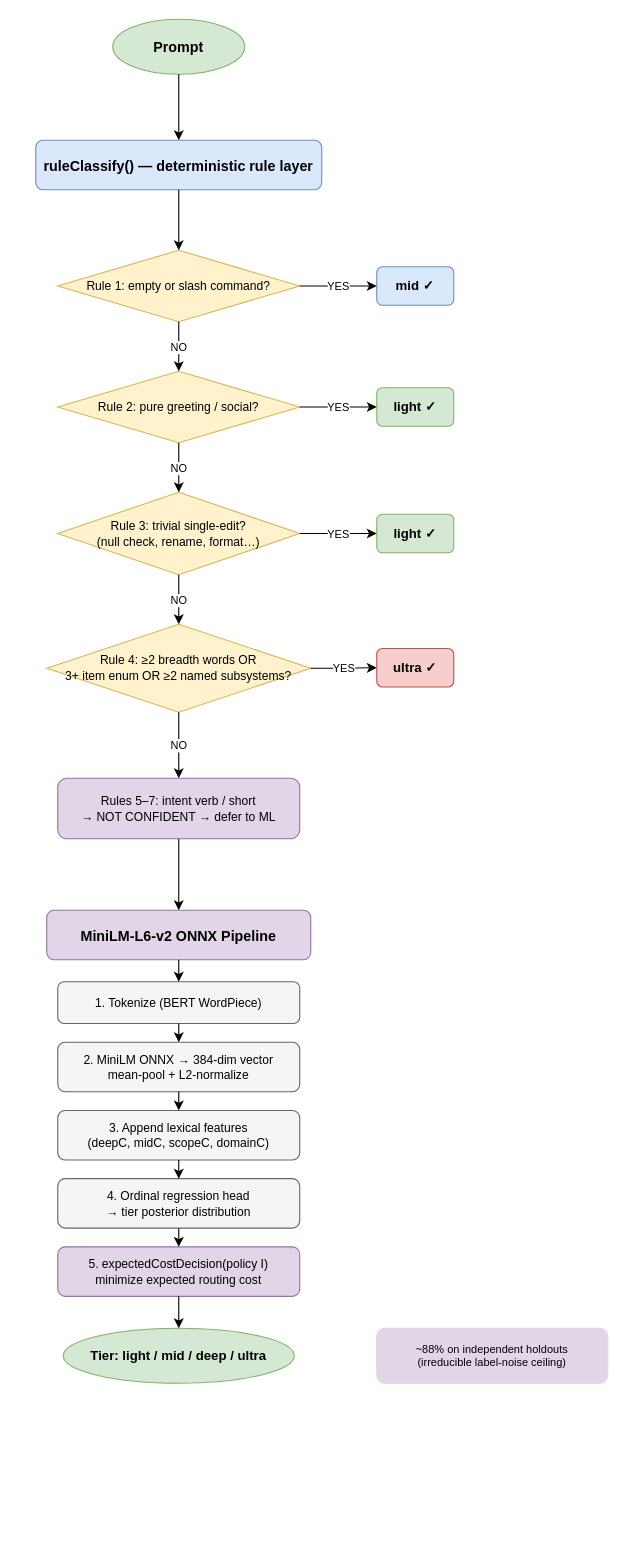
Earlier version of the draw.io diagram docs/diagrams/ml-engine.drawio (atesibrahim/calibra). Source tidied: cells renumbered, new cells numbered last; positions are measured from the earlier drawing's top-left corner, leaving out a move shared by most shapes. Both pictures are drawn from the tidied source at 110%, with x=0, y=0 at pixel (35, 19).
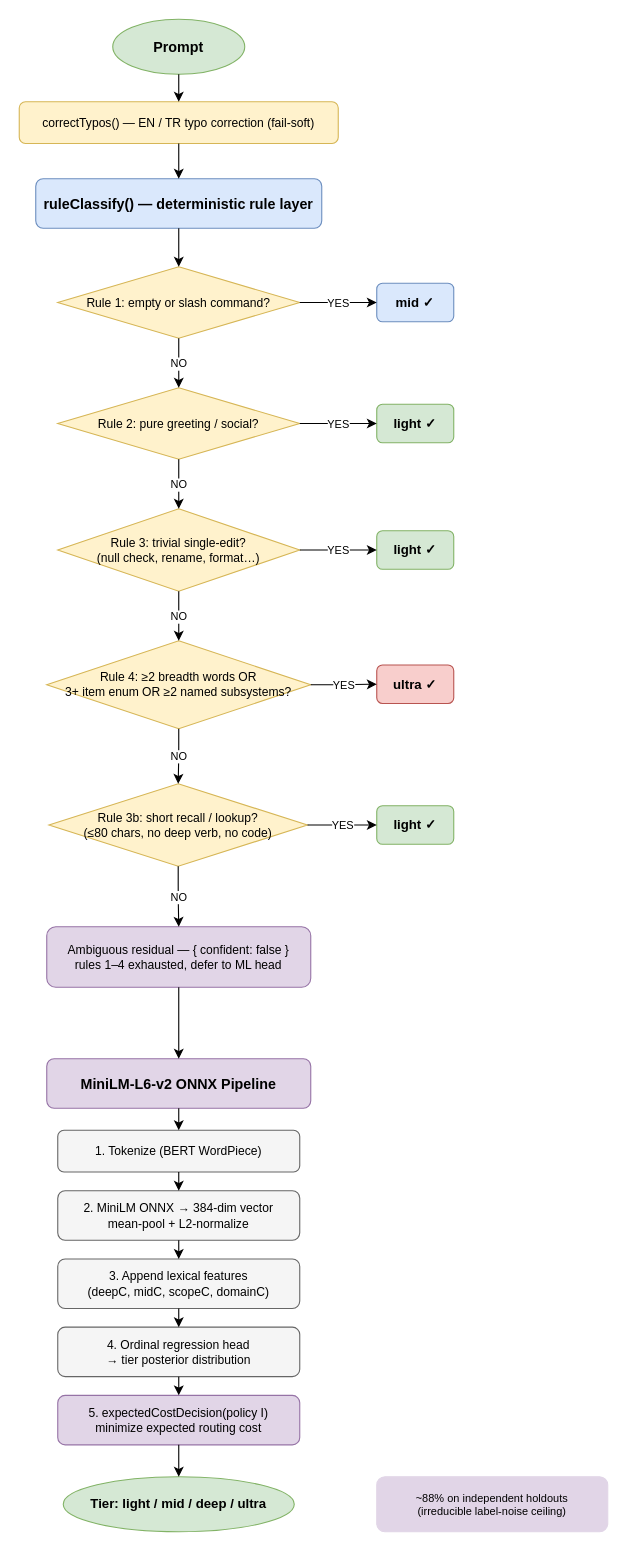
The same page after the edit.

Unchanged cells that the change refers to:
```xml
<mxCell id="2" value="Prompt" style="ellipse;whiteSpace=wrap;html=1;fillColor=#d5e8d4;strokeColor=#82b366;fontSize=13;fontStyle=1;" parent="1" vertex="1">
  <mxGeometry x="70" width="120" height="50" as="geometry" />
</mxCell>
```

Change to the diagram source:
```diff
@@
+    <mxCell id="38" value="correctTypos() — EN / TR typo correction (fail-soft)" style="rounded=1;whiteSpace=wrap;html=1;fillColor=#fff2cc;strokeColor=#d6b656;fontSize=11;" parent="1" vertex="1">
+      <mxGeometry x="-15" y="75" width="290" height="38" as="geometry" />
+    </mxCell>
+    <mxCell id="39" style="edgeStyle=orthogonalEdgeStyle;html=1;" parent="1" edge="1" source="2" target="38">
+      <mxGeometry relative="1" as="geometry" />
+    </mxCell>
     <mxCell id="3" value="ruleClassify() — deterministic rule layer" style="rounded=1;whiteSpace=wrap;html=1;fillColor=#dae8fc;strokeColor=#6c8ebf;fontSize=13;fontStyle=1;" parent="1" vertex="1">
-      <mxGeometry y="110" width="260" height="45" as="geometry" />
+      <mxGeometry y="145" width="260" height="45" as="geometry" />
     </mxCell>
-    <mxCell id="4" style="edgeStyle=orthogonalEdgeStyle;html=1;" parent="1" edge="1" source="2" target="3">
+    <mxCell id="4" style="edgeStyle=orthogonalEdgeStyle;html=1;" parent="1" edge="1" source="38" target="3">
       <mxGeometry relative="1" as="geometry" />
     </mxCell>
     <mxCell id="5" value="Rule 1: empty or slash command?" style="rhombus;whiteSpace=wrap;html=1;fillColor=#fff2cc;strokeColor=#d6b656;fontSize=11;" parent="1" vertex="1">
-      <mxGeometry x="20" y="210" width="220" height="65" as="geometry" />
+      <mxGeometry x="20" y="225" width="220" height="65" as="geometry" />
     </mxCell>
@@
     <mxCell id="7" value="mid ✓" style="rounded=1;whiteSpace=wrap;html=1;fillColor=#dae8fc;strokeColor=#6c8ebf;fontSize=12;fontStyle=1;" parent="1" vertex="1">
-      <mxGeometry x="310" y="225" width="70" height="35" as="geometry" />
+      <mxGeometry x="310" y="240" width="70" height="35" as="geometry" />
     </mxCell>
@@
     <mxCell id="9" value="Rule 2: pure greeting / social?" style="rhombus;whiteSpace=wrap;html=1;fillColor=#fff2cc;strokeColor=#d6b656;fontSize=11;" parent="1" vertex="1">
-      <mxGeometry x="20" y="320" width="220" height="65" as="geometry" />
+      <mxGeometry x="20" y="335" width="220" height="65" as="geometry" />
     </mxCell>
@@
     <mxCell id="11" value="light ✓" style="rounded=1;whiteSpace=wrap;html=1;fillColor=#d5e8d4;strokeColor=#82b366;fontSize=12;fontStyle=1;" parent="1" vertex="1">
-      <mxGeometry x="310" y="335" width="70" height="35" as="geometry" />
+      <mxGeometry x="310" y="350" width="70" height="35" as="geometry" />
     </mxCell>
@@
     <mxCell id="13" value="Rule 3: trivial single-edit?&#10;(null check, rename, format…)" style="rhombus;whiteSpace=wrap;html=1;fillColor=#fff2cc;strokeColor=#d6b656;fontSize=11;" parent="1" vertex="1">
-      <mxGeometry x="20" y="430" width="220" height="75" as="geometry" />
+      <mxGeometry x="20" y="445" width="220" height="75" as="geometry" />
     </mxCell>
@@
     <mxCell id="15" value="light ✓" style="rounded=1;whiteSpace=wrap;html=1;fillColor=#d5e8d4;strokeColor=#82b366;fontSize=12;fontStyle=1;" parent="1" vertex="1">
-      <mxGeometry x="310" y="450" width="70" height="35" as="geometry" />
+      <mxGeometry x="310" y="465" width="70" height="35" as="geometry" />
     </mxCell>
@@
     <mxCell id="17" value="Rule 4: ≥2 breadth words OR&#10;3+ item enum OR ≥2 named subsystems?" style="rhombus;whiteSpace=wrap;html=1;fillColor=#fff2cc;strokeColor=#d6b656;fontSize=11;" parent="1" vertex="1">
-      <mxGeometry x="10" y="550" width="240" height="80" as="geometry" />
+      <mxGeometry x="10" y="565" width="240" height="80" as="geometry" />
     </mxCell>
@@
     <mxCell id="19" value="ultra ✓" style="rounded=1;whiteSpace=wrap;html=1;fillColor=#f8cecc;strokeColor=#b85450;fontSize=12;fontStyle=1;" parent="1" vertex="1">
-      <mxGeometry x="310" y="572" width="70" height="35" as="geometry" />
+      <mxGeometry x="310" y="587" width="70" height="35" as="geometry" />
     </mxCell>
@@
+    <mxCell id="40" value="Rule 3b: short recall / lookup?&#10;(≤80 chars, no deep verb, no code)" style="rhombus;whiteSpace=wrap;html=1;fillColor=#fff2cc;strokeColor=#d6b656;fontSize=11;" parent="1" vertex="1">
+      <mxGeometry x="12" y="695" width="235" height="75" as="geometry" />
+    </mxCell>
+    <mxCell id="41" value="NO" style="edgeStyle=orthogonalEdgeStyle;html=1;fontSize=10;" parent="1" edge="1" source="17" target="40">
+      <mxGeometry relative="1" as="geometry" />
+    </mxCell>
+    <mxCell id="42" value="light ✓" style="rounded=1;whiteSpace=wrap;html=1;fillColor=#d5e8d4;strokeColor=#82b366;fontSize=12;fontStyle=1;" parent="1" vertex="1">
+      <mxGeometry x="310" y="715" width="70" height="35" as="geometry" />
+    </mxCell>
+    <mxCell id="43" value="YES" style="edgeStyle=orthogonalEdgeStyle;html=1;fontSize=10;exitX=1;exitY=0.5;exitDx=0;exitDy=0;" parent="1" edge="1" source="40" target="42">
+      <mxGeometry relative="1" as="geometry" />
+    </mxCell>
-    <mxCell id="21" value="Rules 5–7: intent verb / short&#10;→ NOT CONFIDENT → defer to ML" style="rounded=1;whiteSpace=wrap;html=1;fillColor=#e1d5e7;strokeColor=#9673a6;fontSize=11;" parent="1" vertex="1">
-      <mxGeometry x="20" y="690" width="220" height="55" as="geometry" />
+    <mxCell id="21" value="Ambiguous residual — { confident: false }&#10;rules 1–4 exhausted, defer to ML head" style="rounded=1;whiteSpace=wrap;html=1;fillColor=#e1d5e7;strokeColor=#9673a6;fontSize=11;" parent="1" vertex="1">
+      <mxGeometry x="10" y="825" width="240" height="55" as="geometry" />
     </mxCell>
-    <mxCell id="22" value="NO" style="edgeStyle=orthogonalEdgeStyle;html=1;fontSize=10;" parent="1" edge="1" source="17" target="21">
+    <mxCell id="22" value="NO" style="edgeStyle=orthogonalEdgeStyle;html=1;fontSize=10;" parent="1" edge="1" source="40" target="21">
       <mxGeometry relative="1" as="geometry" />
     </mxCell>
     <mxCell id="23" value="MiniLM-L6-v2 ONNX Pipeline" style="rounded=1;whiteSpace=wrap;html=1;fillColor=#e1d5e7;strokeColor=#9673a6;fontSize=13;fontStyle=1;" parent="1" vertex="1">
-      <mxGeometry x="10" y="810" width="240" height="45" as="geometry" />
+      <mxGeometry x="10" y="945" width="240" height="45" as="geometry" />
     </mxCell>
@@
     <mxCell id="25" value="1. Tokenize (BERT WordPiece)" style="rounded=1;whiteSpace=wrap;html=1;fillColor=#f5f5f5;strokeColor=#666666;fontSize=11;" parent="1" vertex="1">
-      <mxGeometry x="20" y="875" width="220" height="38" as="geometry" />
+      <mxGeometry x="20" y="1010" width="220" height="38" as="geometry" />
     </mxCell>
@@
     <mxCell id="27" value="2. MiniLM ONNX → 384-dim vector&#10;   mean-pool + L2-normalize" style="rounded=1;whiteSpace=wrap;html=1;fillColor=#f5f5f5;strokeColor=#666666;fontSize=11;" parent="1" vertex="1">
-      <mxGeometry x="20" y="930" width="220" height="45" as="geometry" />
+      <mxGeometry x="20" y="1065" width="220" height="45" as="geometry" />
     </mxCell>
@@
     <mxCell id="29" value="3. Append lexical features&#10;   (deepC, midC, scopeC, domainC)" style="rounded=1;whiteSpace=wrap;html=1;fillColor=#f5f5f5;strokeColor=#666666;fontSize=11;" parent="1" vertex="1">
-      <mxGeometry x="20" y="992" width="220" height="45" as="geometry" />
+      <mxGeometry x="20" y="1127" width="220" height="45" as="geometry" />
     </mxCell>
@@
     <mxCell id="31" value="4. Ordinal regression head&#10;   → tier posterior distribution" style="rounded=1;whiteSpace=wrap;html=1;fillColor=#f5f5f5;strokeColor=#666666;fontSize=11;" parent="1" vertex="1">
-      <mxGeometry x="20" y="1054" width="220" height="45" as="geometry" />
+      <mxGeometry x="20" y="1189" width="220" height="45" as="geometry" />
     </mxCell>
@@
     <mxCell id="33" value="5. expectedCostDecision(policy I)&#10;   minimize expected routing cost" style="rounded=1;whiteSpace=wrap;html=1;fillColor=#e1d5e7;strokeColor=#9673a6;fontSize=11;" parent="1" vertex="1">
-      <mxGeometry x="20" y="1116" width="220" height="45" as="geometry" />
+      <mxGeometry x="20" y="1251" width="220" height="45" as="geometry" />
     </mxCell>
@@
     <mxCell id="35" value="Tier: light / mid / deep / ultra" style="ellipse;whiteSpace=wrap;html=1;fillColor=#d5e8d4;strokeColor=#82b366;fontSize=12;fontStyle=1;" parent="1" vertex="1">
-      <mxGeometry x="25" y="1190" width="210" height="50" as="geometry" />
+      <mxGeometry x="25" y="1325" width="210" height="50" as="geometry" />
     </mxCell>
@@
     <mxCell id="37" value="~88% on independent holdouts&lt;br&gt;(irreducible label-noise ceiling)" style="text;html=1;strokeColor=#e1d5e7;fillColor=#e1d5e7;align=center;verticalAlign=middle;whiteSpace=wrap;rounded=1;fontSize=10;" parent="1" vertex="1">
-      <mxGeometry x="310" y="1190" width="210" height="50" as="geometry" />
+      <mxGeometry x="310" y="1325" width="210" height="50" as="geometry" />
     </mxCell>
```
